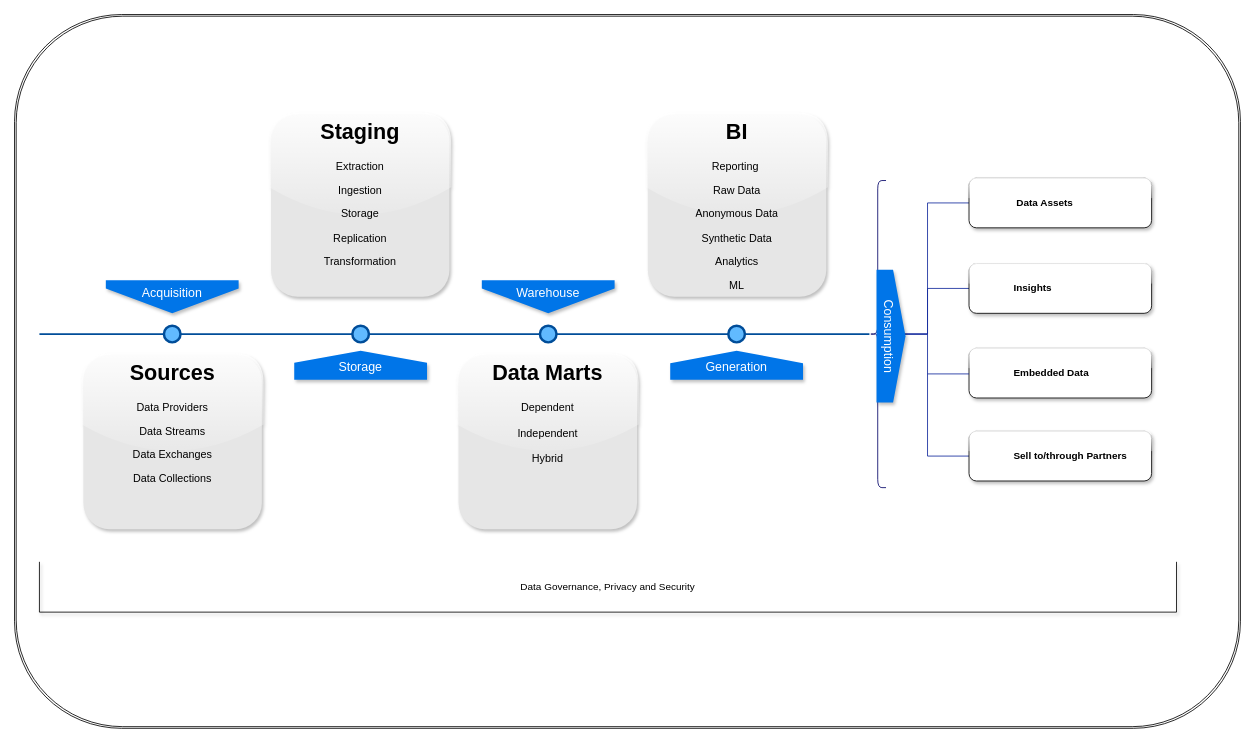
Before: Untitled Diagram.drawio in axe360/datamonetisation, a draw.io diagram. Source tidied: cells renumbered, new cells numbered last; positions are measured from the earlier drawing's top-left corner, leaving out a move shared by most shapes. Both pictures are drawn from the tidied source at 83%, with x=0, y=0 at pixel (14, 14).
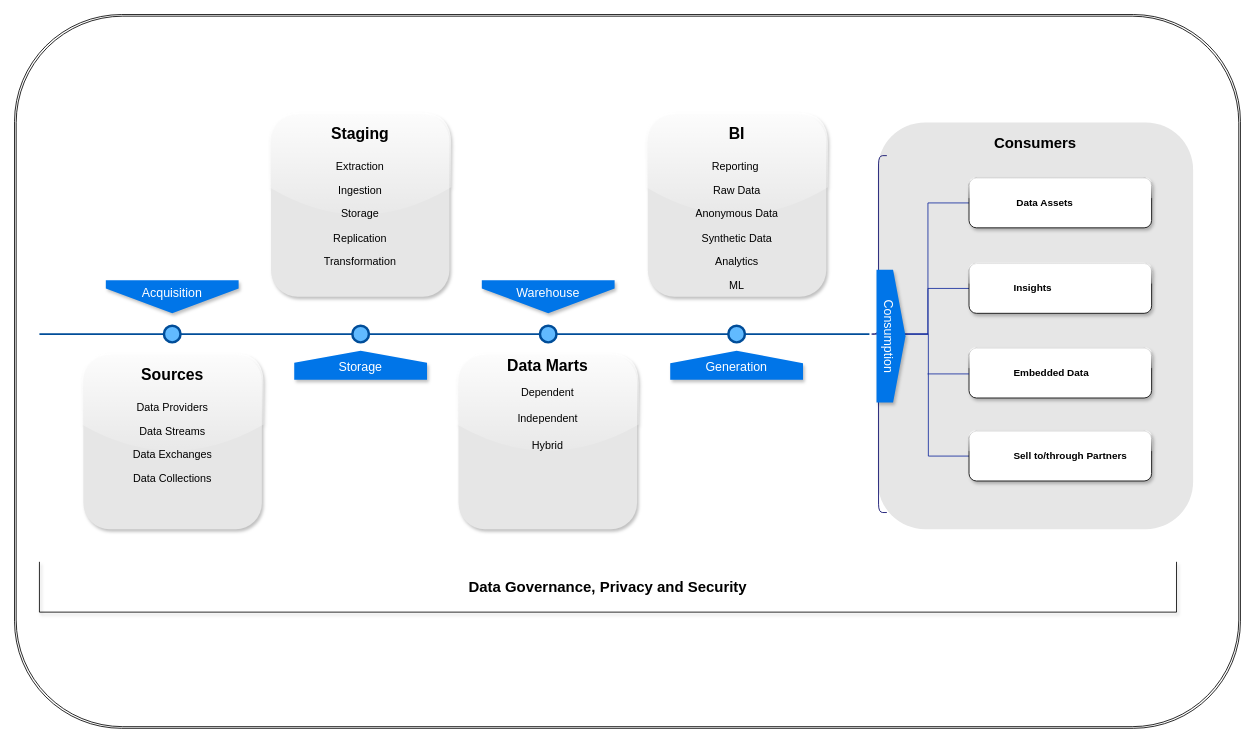
The same page after the edit.

The edit, as a diff of the source:
```diff
@@
+    <mxCell id="27" value="&lt;h1&gt;&lt;font style=&quot;font-size: 18px;&quot;&gt;Consumers&lt;/font&gt;&lt;/h1&gt;" style="text;html=1;spacing=5;spacingTop=-20;whiteSpace=wrap;overflow=hidden;strokeColor=none;strokeWidth=3;fillColor=#E6E6E6;fontSize=13;fontColor=#000000;align=center;rounded=1;glass=0;shadow=0;" parent="1" vertex="1">
+      <mxGeometry x="1040" y="130" width="380" height="490" as="geometry" />
+    </mxCell>
@@
-    <mxCell id="12" value="&lt;h1&gt;Sources&lt;/h1&gt;&lt;p&gt;Data Providers&lt;/p&gt;&lt;p&gt;Data Streams&lt;/p&gt;&lt;p&gt;Data Exchanges&lt;/p&gt;&lt;p&gt;Data Collections&lt;/p&gt;" style="text;html=1;spacing=5;spacingTop=-20;whiteSpace=wrap;overflow=hidden;strokeColor=none;strokeWidth=3;fillColor=#E6E6E6;fontSize=13;fontColor=#000000;align=center;rounded=1;glass=1;shadow=1;" parent="1" vertex="1">
+    <mxCell id="12" value="&lt;h1&gt;&lt;font style=&quot;font-size: 19px;&quot;&gt;Sources&lt;/font&gt;&lt;/h1&gt;&lt;p&gt;Data Providers&lt;/p&gt;&lt;p&gt;Data Streams&lt;/p&gt;&lt;p&gt;Data Exchanges&lt;/p&gt;&lt;p&gt;Data Collections&lt;/p&gt;" style="text;html=1;spacing=5;spacingTop=-20;whiteSpace=wrap;overflow=hidden;strokeColor=none;strokeWidth=3;fillColor=#E6E6E6;fontSize=13;fontColor=#000000;align=center;rounded=1;glass=1;shadow=1;" parent="1" vertex="1">
       <mxGeometry x="83" y="410" width="215" height="210" as="geometry" />
     </mxCell>
-    <mxCell id="13" value="&lt;h1&gt;Staging&lt;/h1&gt;&lt;p&gt;Extraction&lt;/p&gt;&lt;p&gt;Ingestion&lt;/p&gt;&lt;p&gt;Storage&lt;/p&gt;&lt;p&gt;Replication&lt;/p&gt;&lt;p&gt;Transformation&lt;/p&gt;&lt;p&gt;&lt;br&gt;&lt;/p&gt;" style="text;html=1;spacing=5;spacingTop=-20;whiteSpace=wrap;overflow=hidden;strokeColor=none;strokeWidth=3;fillColor=#E6E6E6;fontSize=13;fontColor=#000000;align=center;rounded=1;glass=1;shadow=1;" parent="1" vertex="1">
+    <mxCell id="13" value="&lt;h1&gt;&lt;font style=&quot;font-size: 19px;&quot;&gt;Staging&lt;/font&gt;&lt;/h1&gt;&lt;p&gt;Extraction&lt;/p&gt;&lt;p&gt;Ingestion&lt;/p&gt;&lt;p&gt;Storage&lt;/p&gt;&lt;p&gt;Replication&lt;/p&gt;&lt;p&gt;Transformation&lt;/p&gt;&lt;p&gt;&lt;br&gt;&lt;/p&gt;" style="text;html=1;spacing=5;spacingTop=-20;whiteSpace=wrap;overflow=hidden;strokeColor=none;strokeWidth=3;fillColor=#E6E6E6;fontSize=13;fontColor=#000000;align=center;rounded=1;glass=1;shadow=1;" parent="1" vertex="1">
       <mxGeometry x="309" y="120" width="215" height="220" as="geometry" />
     </mxCell>
-    <mxCell id="14" value="&lt;h1&gt;Data Marts&lt;/h1&gt;&lt;div&gt;Dependent&lt;/div&gt;&lt;div&gt;&lt;br&gt;&lt;/div&gt;&lt;div&gt;Independent&lt;/div&gt;&lt;div&gt;&lt;br&gt;&lt;/div&gt;&lt;div&gt;Hybrid&lt;/div&gt;&lt;div&gt;&lt;br&gt;&lt;/div&gt;" style="text;html=1;spacing=5;spacingTop=-20;whiteSpace=wrap;overflow=hidden;strokeColor=none;strokeWidth=3;fillColor=#E6E6E6;fontSize=13;fontColor=#000000;align=center;rounded=1;glass=1;shadow=1;" parent="1" vertex="1">
+    <mxCell id="14" value="&lt;h1 style=&quot;font-size: 19px;&quot;&gt;&lt;font style=&quot;font-size: 19px;&quot;&gt;Data Marts&lt;/font&gt;&lt;/h1&gt;&lt;div style=&quot;&quot;&gt;&lt;font style=&quot;font-size: 13px;&quot;&gt;Dependent&lt;/font&gt;&lt;/div&gt;&lt;div&gt;&lt;br&gt;&lt;/div&gt;&lt;div style=&quot;&quot;&gt;&lt;font style=&quot;font-size: 13px;&quot;&gt;Independent&lt;/font&gt;&lt;/div&gt;&lt;div style=&quot;font-size: 14px;&quot;&gt;&lt;br&gt;&lt;/div&gt;&lt;div&gt;Hybrid&lt;/div&gt;&lt;div&gt;&lt;br&gt;&lt;/div&gt;" style="text;html=1;spacing=5;spacingTop=-20;whiteSpace=wrap;overflow=hidden;strokeColor=none;strokeWidth=3;fillColor=#E6E6E6;fontSize=13;fontColor=#000000;align=center;rounded=1;glass=1;shadow=1;" parent="1" vertex="1">
       <mxGeometry x="535" y="410" width="215" height="210" as="geometry" />
     </mxCell>
-    <mxCell id="15" value="&lt;h1&gt;BI&lt;/h1&gt;&lt;p&gt;Reporting&amp;nbsp;&lt;/p&gt;&lt;p&gt;Raw Data&lt;/p&gt;&lt;p&gt;&lt;span style=&quot;background-color: initial;&quot;&gt;Anonymous Data&lt;/span&gt;&lt;/p&gt;&lt;p&gt;Synthetic Data&lt;/p&gt;&lt;p&gt;Analytics&lt;/p&gt;&lt;p&gt;ML&lt;/p&gt;" style="text;html=1;spacing=5;spacingTop=-20;whiteSpace=wrap;overflow=hidden;strokeColor=none;strokeWidth=3;fillColor=#E6E6E6;fontSize=13;fontColor=#000000;align=center;rounded=1;glass=1;shadow=1;" parent="1" vertex="1">
+    <mxCell id="15" value="&lt;h1&gt;&lt;font style=&quot;font-size: 19px;&quot;&gt;BI&lt;/font&gt;&lt;/h1&gt;&lt;p&gt;Reporting&amp;nbsp;&lt;/p&gt;&lt;p&gt;Raw Data&lt;/p&gt;&lt;p&gt;&lt;span style=&quot;background-color: initial;&quot;&gt;Anonymous Data&lt;/span&gt;&lt;/p&gt;&lt;p&gt;Synthetic Data&lt;/p&gt;&lt;p&gt;Analytics&lt;/p&gt;&lt;p&gt;ML&lt;/p&gt;" style="text;html=1;spacing=5;spacingTop=-20;whiteSpace=wrap;overflow=hidden;strokeColor=none;strokeWidth=3;fillColor=#E6E6E6;fontSize=13;fontColor=#000000;align=center;rounded=1;glass=1;shadow=1;" parent="1" vertex="1">
       <mxGeometry x="763" y="120" width="215" height="220" as="geometry" />
     </mxCell>
@@
     <mxCell id="23" style="shape=curlyBracket;whiteSpace=wrap;html=1;rounded=1;labelPosition=left;verticalLabelPosition=middle;align=right;verticalAlign=middle;hachureGap=4;fontFamily=Architects Daughter;fontSize=20;size=0.5;strokeColor=#000066;" parent="1" vertex="1">
-      <mxGeometry x="1030" y="200" width="20" height="370" as="geometry" />
+      <mxGeometry x="1031" y="170" width="20" height="430" as="geometry" />
     </mxCell>
@@
-    <mxCell id="26" value="Data Governance, Privacy and Security" style="shape=partialRectangle;whiteSpace=wrap;html=1;bottom=1;right=1;left=1;top=0;fillColor=none;routingCenterX=-0.5;shadow=1;" parent="1" vertex="1">
+    <mxCell id="26" value="&lt;font style=&quot;font-size: 18px;&quot;&gt;Data Governance, Privacy and Security&lt;/font&gt;" style="shape=partialRectangle;whiteSpace=wrap;html=1;bottom=1;right=1;left=1;top=0;fillColor=none;routingCenterX=-0.5;shadow=1;fontSize=14;fontStyle=1;" parent="1" vertex="1">
       <mxGeometry x="30" y="660" width="1370" height="60" as="geometry" />
     </mxCell>
```
